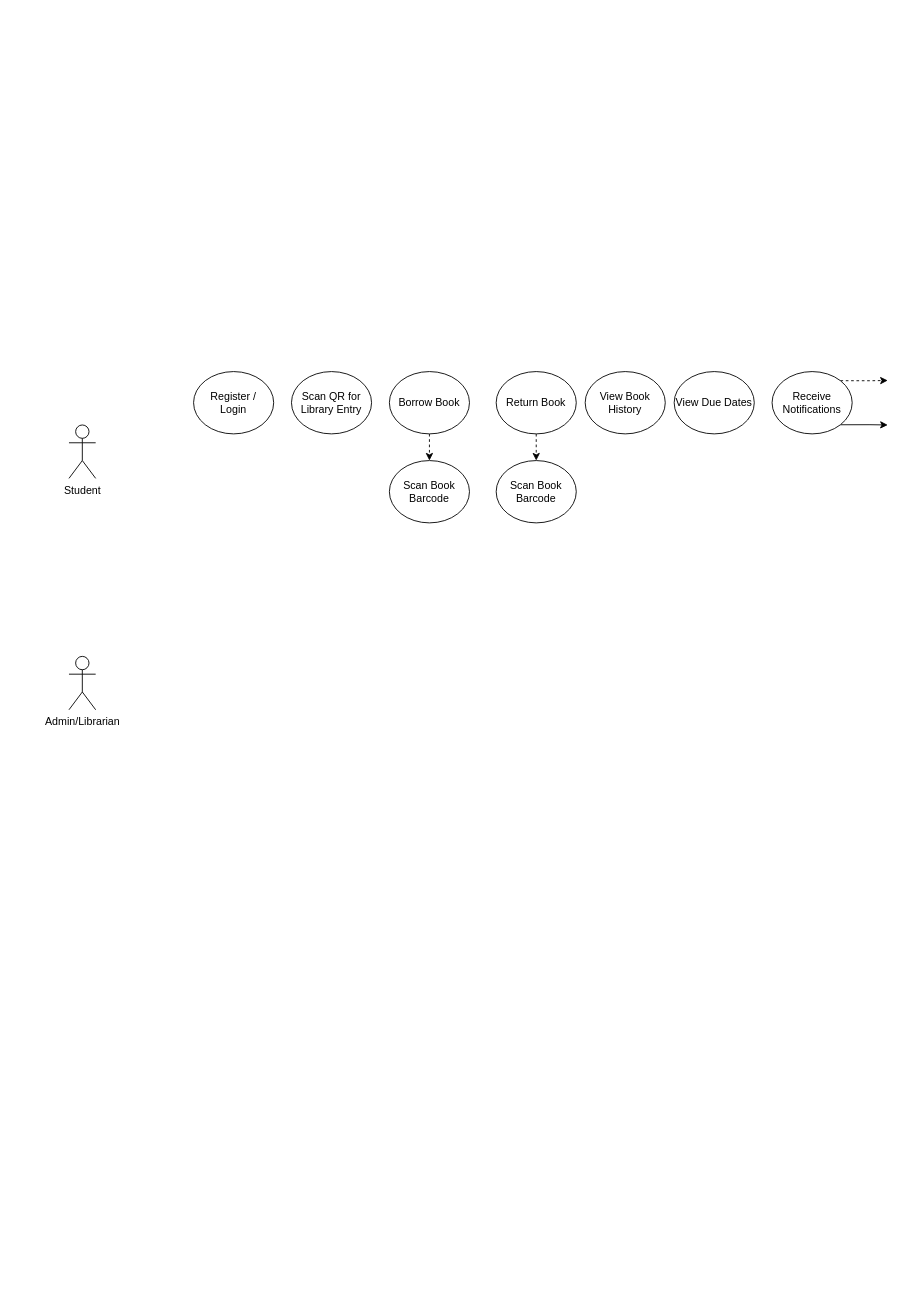
Earlier version of the draw.io diagram Untitled Diagram.drawio (cedcedie/capstoneGame). Source tidied: cells renumbered, new cells numbered last; positions are measured from the earlier drawing's top-left corner, leaving out a move shared by most shapes. Both pictures are drawn from the tidied source at 89%, with x=0, y=0 at pixel (69, 371).
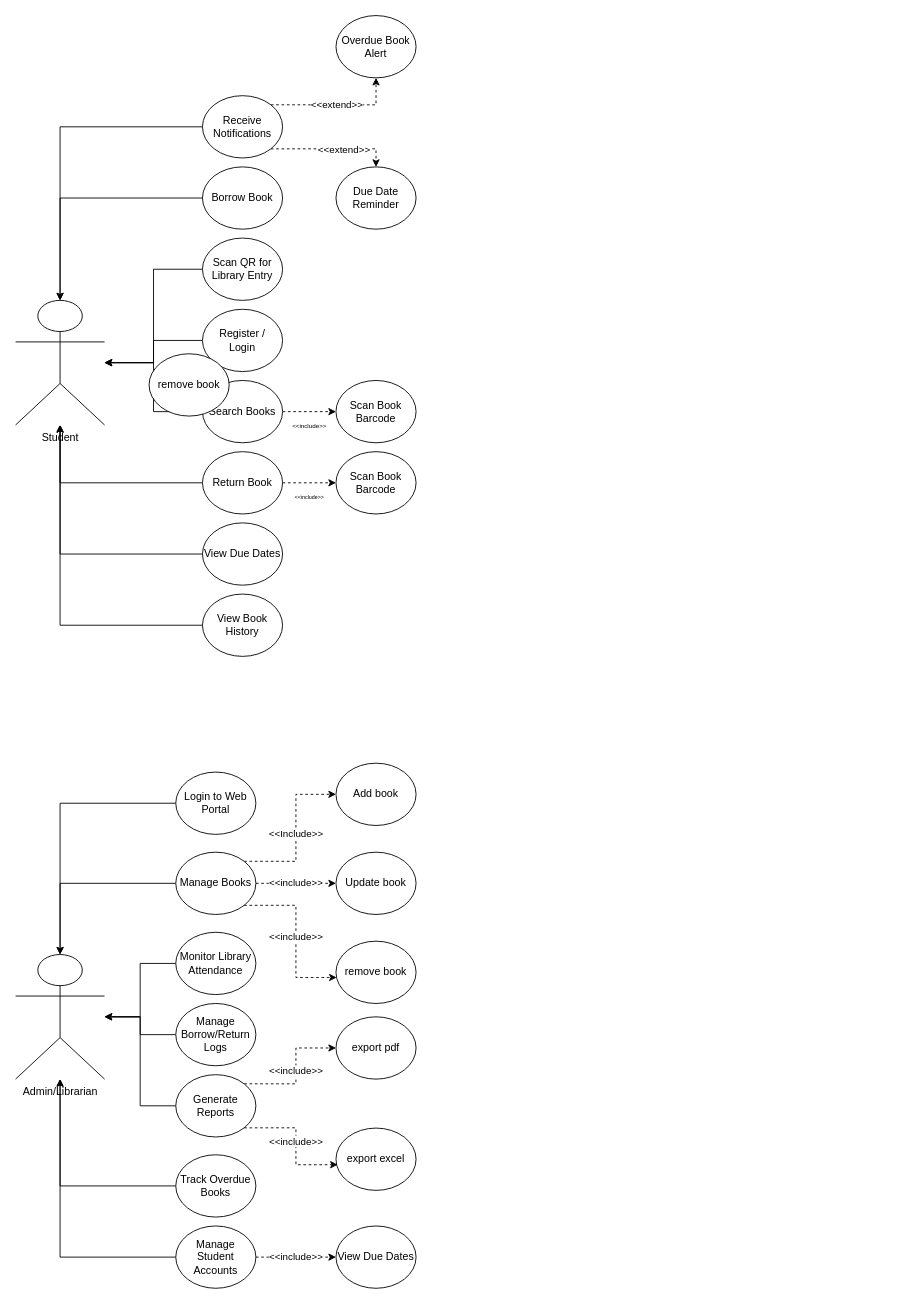
The same diagram, later.

Change to the diagram source:
```diff
@@
-    <mxCell id="2" value="Admin/Librarian" style="shape=umlActor;verticalLabelPosition=bottom;verticalAlign=top;html=1;outlineConnect=0;" parent="1" vertex="1">
-      <mxGeometry y="320" width="30" height="60" as="geometry" />
-    </mxCell>
     <mxCell id="3" value="&lt;div&gt;Student&lt;/div&gt;" style="shape=umlActor;verticalLabelPosition=bottom;verticalAlign=top;html=1;outlineConnect=0;" parent="1" vertex="1">
-      <mxGeometry y="60" width="30" height="60" as="geometry" />
+      <mxGeometry x="-60" y="-80" width="100" height="140" as="geometry" />
     </mxCell>
+    <mxCell id="17" style="edgeStyle=orthogonalEdgeStyle;rounded=0;jettySize=auto;html=1;exitX=0;exitY=0.5;exitDx=0;exitDy=0;" parent="1" edge="1" source="4" target="3">
+      <mxGeometry relative="1" as="geometry" />
+    </mxCell>
     <mxCell id="4" value="Register / &lt;br&gt;Login" style="ellipse;whiteSpace=wrap;html=1;" parent="1" vertex="1">
-      <mxGeometry x="140" width="90" height="70" as="geometry" />
+      <mxGeometry x="150" y="-70" width="90" height="70" as="geometry" />
     </mxCell>
+    <mxCell id="18" style="edgeStyle=orthogonalEdgeStyle;rounded=0;jettySize=auto;html=1;exitX=0;exitY=0.5;exitDx=0;exitDy=0;" parent="1" edge="1" source="5" target="3">
+      <mxGeometry relative="1" as="geometry" />
+    </mxCell>
     <mxCell id="5" value="Scan QR for Library Entry" style="ellipse;whiteSpace=wrap;html=1;" parent="1" vertex="1">
-      <mxGeometry x="250" width="90" height="70" as="geometry" />
+      <mxGeometry x="150" y="-150" width="90" height="70" as="geometry" />
     </mxCell>
-    <mxCell id="6" style="edgeStyle=orthogonalEdgeStyle;rounded=0;jettySize=auto;html=1;exitX=0.5;exitY=1;exitDx=0;exitDy=0;dashed=1;entryX=0.5;entryY=0;entryDx=0;entryDy=0;" parent="1" edge="1" source="7" target="8">
-      <mxGeometry relative="1" as="geometry" />
-    </mxCell>
+    <mxCell id="19" style="edgeStyle=orthogonalEdgeStyle;rounded=0;jettySize=auto;html=1;exitX=0;exitY=0.5;exitDx=0;exitDy=0;" parent="1" edge="1" source="7" target="3">
+      <mxGeometry relative="1" as="geometry" />
+    </mxCell>
     <mxCell id="7" value="Borrow Book" style="ellipse;whiteSpace=wrap;html=1;" parent="1" vertex="1">
-      <mxGeometry x="360" width="90" height="70" as="geometry" />
+      <mxGeometry x="150" y="-230" width="90" height="70" as="geometry" />
     </mxCell>
     <mxCell id="8" value="Scan Book Barcode" style="ellipse;whiteSpace=wrap;html=1;" parent="1" vertex="1">
-      <mxGeometry x="360" y="100" width="90" height="70" as="geometry" />
+      <mxGeometry x="300" y="90" width="90" height="70" as="geometry" />
     </mxCell>
-    <mxCell id="9" style="edgeStyle=orthogonalEdgeStyle;rounded=0;jettySize=auto;html=1;exitX=0.5;exitY=1;exitDx=0;exitDy=0;entryX=0.5;entryY=0;entryDx=0;entryDy=0;dashed=1;" parent="1" edge="1" source="10" target="11">
-      <mxGeometry relative="1" as="geometry" />
-    </mxCell>
+    <mxCell id="20" value="&lt;font style=&quot;font-size: 6px;&quot;&gt;&amp;lt;&amp;lt;include&amp;gt;&amp;gt;&lt;/font&gt;" style="edgeStyle=orthogonalEdgeStyle;rounded=0;jettySize=auto;html=1;exitX=1;exitY=0.5;exitDx=0;exitDy=0;entryX=0;entryY=0.5;entryDx=0;entryDy=0;dashed=1;" parent="1" edge="1" source="10" target="8">
+      <mxGeometry y="-15" relative="1" as="geometry" />
+    </mxCell>
+    <mxCell id="21" style="edgeStyle=orthogonalEdgeStyle;rounded=0;jettySize=auto;html=1;exitX=0;exitY=0.5;exitDx=0;exitDy=0;" parent="1" edge="1" source="10" target="3">
+      <mxGeometry relative="1" as="geometry" />
+    </mxCell>
     <mxCell id="10" value="Return Book" style="ellipse;whiteSpace=wrap;html=1;" parent="1" vertex="1">
-      <mxGeometry x="480" width="90" height="70" as="geometry" />
+      <mxGeometry x="150" y="90" width="90" height="70" as="geometry" />
     </mxCell>
     <mxCell id="11" value="Scan Book Barcode" style="ellipse;whiteSpace=wrap;html=1;" parent="1" vertex="1">
-      <mxGeometry x="480" y="100" width="90" height="70" as="geometry" />
+      <mxGeometry x="300" y="10" width="90" height="70" as="geometry" />
     </mxCell>
+    <mxCell id="22" style="edgeStyle=orthogonalEdgeStyle;rounded=0;jettySize=auto;html=1;exitX=0;exitY=0.5;exitDx=0;exitDy=0;" parent="1" edge="1" source="12" target="3">
+      <mxGeometry relative="1" as="geometry" />
+    </mxCell>
     <mxCell id="12" value="View Book History" style="ellipse;whiteSpace=wrap;html=1;" parent="1" vertex="1">
-      <mxGeometry x="580" width="90" height="70" as="geometry" />
+      <mxGeometry x="150" y="250" width="90" height="70" as="geometry" />
     </mxCell>
+    <mxCell id="23" style="edgeStyle=orthogonalEdgeStyle;rounded=0;jettySize=auto;html=1;exitX=0;exitY=0.5;exitDx=0;exitDy=0;" parent="1" edge="1" source="13" target="3">
+      <mxGeometry relative="1" as="geometry" />
+    </mxCell>
     <mxCell id="13" value="View Due Dates" style="ellipse;whiteSpace=wrap;html=1;" parent="1" vertex="1">
-      <mxGeometry x="680" width="90" height="70" as="geometry" />
+      <mxGeometry x="150" y="170" width="90" height="70" as="geometry" />
     </mxCell>
-    <mxCell id="14" style="edgeStyle=orthogonalEdgeStyle;rounded=0;jettySize=auto;html=1;exitX=1;exitY=0;exitDx=0;exitDy=0;dashed=1;" parent="1" edge="1" source="16">
-      <mxGeometry relative="1" as="geometry">
-        <mxPoint x="920" y="10" as="targetPoint" />
-      </mxGeometry>
-    </mxCell>
-    <mxCell id="15" style="edgeStyle=orthogonalEdgeStyle;rounded=0;jettySize=auto;html=1;exitX=1;exitY=1;exitDx=0;exitDy=0;" parent="1" edge="1" source="16">
-      <mxGeometry relative="1" as="geometry">
-        <mxPoint x="920" y="60" as="targetPoint" />
-      </mxGeometry>
-    </mxCell>
+    <mxCell id="24" value="&amp;lt;&amp;lt;extend&amp;gt;&amp;gt;" style="edgeStyle=orthogonalEdgeStyle;rounded=0;jettySize=auto;html=1;exitX=1;exitY=0;exitDx=0;exitDy=0;entryX=0.5;entryY=1;entryDx=0;entryDy=0;dashed=1;" parent="1" edge="1" source="16" target="31">
+      <mxGeometry relative="1" as="geometry" />
+    </mxCell>
+    <mxCell id="25" style="edgeStyle=orthogonalEdgeStyle;rounded=0;jettySize=auto;html=1;exitX=1;exitY=1;exitDx=0;exitDy=0;entryX=0.5;entryY=0;entryDx=0;entryDy=0;dashed=1;" parent="1" edge="1" source="16" target="32">
+      <mxGeometry relative="1" as="geometry" />
+    </mxCell>
+    <mxCell id="26" value="&amp;lt;&amp;lt;extend&amp;gt;&amp;gt;" style="edgeLabel;html=1;align=center;verticalAlign=middle;" parent="25" vertex="1">
+      <mxGeometry x="0.18" y="-1" relative="1" as="geometry" />
+    </mxCell>
+    <mxCell id="27" style="edgeStyle=orthogonalEdgeStyle;rounded=0;jettySize=auto;html=1;exitX=0;exitY=0.5;exitDx=0;exitDy=0;" parent="1" edge="1" source="16" target="3">
+      <mxGeometry relative="1" as="geometry" />
+    </mxCell>
     <mxCell id="16" value="Receive Notifications" style="ellipse;whiteSpace=wrap;html=1;" parent="1" vertex="1">
-      <mxGeometry x="790" width="90" height="70" as="geometry" />
+      <mxGeometry x="150" y="-310" width="90" height="70" as="geometry" />
     </mxCell>
+    <mxCell id="28" value="&lt;font style=&quot;font-size: 7px;&quot;&gt;&amp;lt;&amp;lt;include&amp;gt;&amp;gt;&lt;/font&gt;" style="edgeStyle=orthogonalEdgeStyle;rounded=0;jettySize=auto;html=1;exitX=1;exitY=0.5;exitDx=0;exitDy=0;entryX=0;entryY=0.5;entryDx=0;entryDy=0;dashed=1;" parent="1" edge="1" source="30" target="11">
+      <mxGeometry y="-15" relative="1" as="geometry" />
+    </mxCell>
+    <mxCell id="29" style="edgeStyle=orthogonalEdgeStyle;rounded=0;jettySize=auto;html=1;exitX=0;exitY=0.5;exitDx=0;exitDy=0;" parent="1" edge="1" source="30" target="3">
+      <mxGeometry relative="1" as="geometry" />
+    </mxCell>
+    <mxCell id="30" value="Search Books" style="ellipse;whiteSpace=wrap;html=1;" parent="1" vertex="1">
+      <mxGeometry x="150" y="10" width="90" height="70" as="geometry" />
+    </mxCell>
+    <mxCell id="31" value="Overdue Book Alert" style="ellipse;whiteSpace=wrap;html=1;" parent="1" vertex="1">
+      <mxGeometry x="300" y="-400" width="90" height="70" as="geometry" />
+    </mxCell>
+    <mxCell id="32" value=" Due Date Reminder" style="ellipse;whiteSpace=wrap;html=1;" parent="1" vertex="1">
+      <mxGeometry x="300" y="-230" width="90" height="70" as="geometry" />
+    </mxCell>
+    <mxCell id="2" value="Admin/Librarian" style="shape=umlActor;verticalLabelPosition=bottom;verticalAlign=top;html=1;outlineConnect=0;" parent="1" vertex="1">
+      <mxGeometry x="-60" y="655" width="100" height="140" as="geometry" />
+    </mxCell>
+    <mxCell id="33" style="edgeStyle=orthogonalEdgeStyle;rounded=0;jettySize=auto;html=1;exitX=0;exitY=0.5;exitDx=0;exitDy=0;" parent="1" edge="1" source="34" target="2">
+      <mxGeometry relative="1" as="geometry" />
+    </mxCell>
+    <mxCell id="34" value="Login to Web Portal" style="ellipse;whiteSpace=wrap;html=1;" parent="1" vertex="1">
+      <mxGeometry x="120" y="450" width="90" height="70" as="geometry" />
+    </mxCell>
+    <mxCell id="35" value="&amp;lt;&amp;lt;include&amp;gt;&amp;gt;" style="edgeStyle=orthogonalEdgeStyle;rounded=0;jettySize=auto;html=1;exitX=1;exitY=0.5;exitDx=0;exitDy=0;entryX=0;entryY=0.5;entryDx=0;entryDy=0;dashed=1;" parent="1" edge="1" source="37" target="51">
+      <mxGeometry relative="1" as="geometry" />
+    </mxCell>
+    <mxCell id="36" style="edgeStyle=orthogonalEdgeStyle;rounded=0;jettySize=auto;html=1;exitX=0;exitY=0.5;exitDx=0;exitDy=0;" parent="1" edge="1" source="37" target="2">
+      <mxGeometry relative="1" as="geometry" />
+    </mxCell>
+    <mxCell id="37" value="Manage Student Accounts" style="ellipse;whiteSpace=wrap;html=1;" parent="1" vertex="1">
+      <mxGeometry x="120" y="960" width="90" height="70" as="geometry" />
+    </mxCell>
+    <mxCell id="38" value="&amp;lt;&amp;lt;Include&amp;gt;&amp;gt;" style="edgeStyle=orthogonalEdgeStyle;rounded=0;jettySize=auto;html=1;exitX=1;exitY=0;exitDx=0;exitDy=0;entryX=0;entryY=0.5;entryDx=0;entryDy=0;dashed=1;" parent="1" edge="1" source="41" target="52">
+      <mxGeometry relative="1" as="geometry" />
+    </mxCell>
+    <mxCell id="39" value="&amp;lt;&amp;lt;include&amp;gt;&amp;gt;" style="edgeStyle=orthogonalEdgeStyle;rounded=0;jettySize=auto;html=1;exitX=1;exitY=0.5;exitDx=0;exitDy=0;entryX=0;entryY=0.5;entryDx=0;entryDy=0;dashed=1;" parent="1" edge="1" source="41" target="54">
+      <mxGeometry relative="1" as="geometry" />
+    </mxCell>
+    <mxCell id="40" style="edgeStyle=orthogonalEdgeStyle;rounded=0;jettySize=auto;html=1;exitX=0;exitY=0.5;exitDx=0;exitDy=0;" parent="1" edge="1" source="41" target="2">
+      <mxGeometry relative="1" as="geometry" />
+    </mxCell>
+    <mxCell id="41" value="Manage Books" style="ellipse;whiteSpace=wrap;html=1;" parent="1" vertex="1">
+      <mxGeometry x="120" y="540" width="90" height="70" as="geometry" />
+    </mxCell>
+    <mxCell id="42" style="edgeStyle=orthogonalEdgeStyle;rounded=0;jettySize=auto;html=1;exitX=0;exitY=0.5;exitDx=0;exitDy=0;" parent="1" edge="1" source="43" target="2">
+      <mxGeometry relative="1" as="geometry" />
+    </mxCell>
+    <mxCell id="43" value="Monitor Library Attendance" style="ellipse;whiteSpace=wrap;html=1;" parent="1" vertex="1">
+      <mxGeometry x="120" y="630" width="90" height="70" as="geometry" />
+    </mxCell>
+    <mxCell id="44" style="edgeStyle=orthogonalEdgeStyle;rounded=0;jettySize=auto;html=1;exitX=0;exitY=0.5;exitDx=0;exitDy=0;" parent="1" edge="1" source="45" target="2">
+      <mxGeometry relative="1" as="geometry" />
+    </mxCell>
+    <mxCell id="45" value="Track Overdue Books" style="ellipse;whiteSpace=wrap;html=1;" parent="1" vertex="1">
+      <mxGeometry x="120" y="880" width="90" height="70" as="geometry" />
+    </mxCell>
+    <mxCell id="46" style="edgeStyle=orthogonalEdgeStyle;rounded=0;jettySize=auto;html=1;exitX=0;exitY=0.5;exitDx=0;exitDy=0;" parent="1" edge="1" source="47" target="2">
+      <mxGeometry relative="1" as="geometry" />
+    </mxCell>
+    <mxCell id="47" value="Manage Borrow/Return Logs" style="ellipse;whiteSpace=wrap;html=1;" parent="1" vertex="1">
+      <mxGeometry x="120" y="710" width="90" height="70" as="geometry" />
+    </mxCell>
+    <mxCell id="48" value="&amp;lt;&amp;lt;include&amp;gt;&amp;gt;" style="edgeStyle=orthogonalEdgeStyle;rounded=0;jettySize=auto;html=1;exitX=1;exitY=0;exitDx=0;exitDy=0;entryX=0;entryY=0.5;entryDx=0;entryDy=0;dashed=1;" parent="1" edge="1" source="50" target="57">
+      <mxGeometry relative="1" as="geometry" />
+    </mxCell>
+    <mxCell id="49" style="edgeStyle=orthogonalEdgeStyle;rounded=0;jettySize=auto;html=1;exitX=0;exitY=0.5;exitDx=0;exitDy=0;" parent="1" edge="1" source="50" target="2">
+      <mxGeometry relative="1" as="geometry" />
+    </mxCell>
+    <mxCell id="50" value="Generate Reports" style="ellipse;whiteSpace=wrap;html=1;" parent="1" vertex="1">
+      <mxGeometry x="120" y="790" width="90" height="70" as="geometry" />
+    </mxCell>
+    <mxCell id="51" value="View Due Dates" style="ellipse;whiteSpace=wrap;html=1;" parent="1" vertex="1">
+      <mxGeometry x="300" y="960" width="90" height="70" as="geometry" />
+    </mxCell>
+    <mxCell id="52" value="Add book" style="ellipse;whiteSpace=wrap;html=1;" parent="1" vertex="1">
+      <mxGeometry x="300" y="440" width="90" height="70" as="geometry" />
+    </mxCell>
+    <mxCell id="53" value="remove book" style="ellipse;whiteSpace=wrap;html=1;" parent="1" vertex="1">
+      <mxGeometry x="300" y="640" width="90" height="70" as="geometry" />
+    </mxCell>
+    <mxCell id="54" value="Update book" style="ellipse;whiteSpace=wrap;html=1;" parent="1" vertex="1">
+      <mxGeometry x="300" y="540" width="90" height="70" as="geometry" />
+    </mxCell>
+    <mxCell id="55" value="&amp;lt;&amp;lt;include&amp;gt;&amp;gt;" style="edgeStyle=orthogonalEdgeStyle;rounded=0;jettySize=auto;html=1;exitX=1;exitY=1;exitDx=0;exitDy=0;entryX=0.009;entryY=0.583;entryDx=0;entryDy=0;entryPerimeter=0;dashed=1;" parent="1" edge="1" source="41" target="53">
+      <mxGeometry relative="1" as="geometry" />
+    </mxCell>
+    <mxCell id="56" value="remove book" style="ellipse;whiteSpace=wrap;html=1;" parent="1" vertex="1">
+      <mxGeometry x="90" y="-20" width="90" height="70" as="geometry" />
+    </mxCell>
+    <mxCell id="57" value="export pdf" style="ellipse;whiteSpace=wrap;html=1;" parent="1" vertex="1">
+      <mxGeometry x="300" y="725" width="90" height="70" as="geometry" />
+    </mxCell>
+    <mxCell id="58" value="export excel" style="ellipse;whiteSpace=wrap;html=1;" parent="1" vertex="1">
+      <mxGeometry x="300" y="850" width="90" height="70" as="geometry" />
+    </mxCell>
+    <mxCell id="59" value="&amp;lt;&amp;lt;include&amp;gt;&amp;gt;" style="edgeStyle=orthogonalEdgeStyle;rounded=0;jettySize=auto;html=1;exitX=1;exitY=1;exitDx=0;exitDy=0;entryX=0.022;entryY=0.588;entryDx=0;entryDy=0;entryPerimeter=0;dashed=1;" parent="1" edge="1" source="50" target="58">
+      <mxGeometry relative="1" as="geometry" />
+    </mxCell>
```
